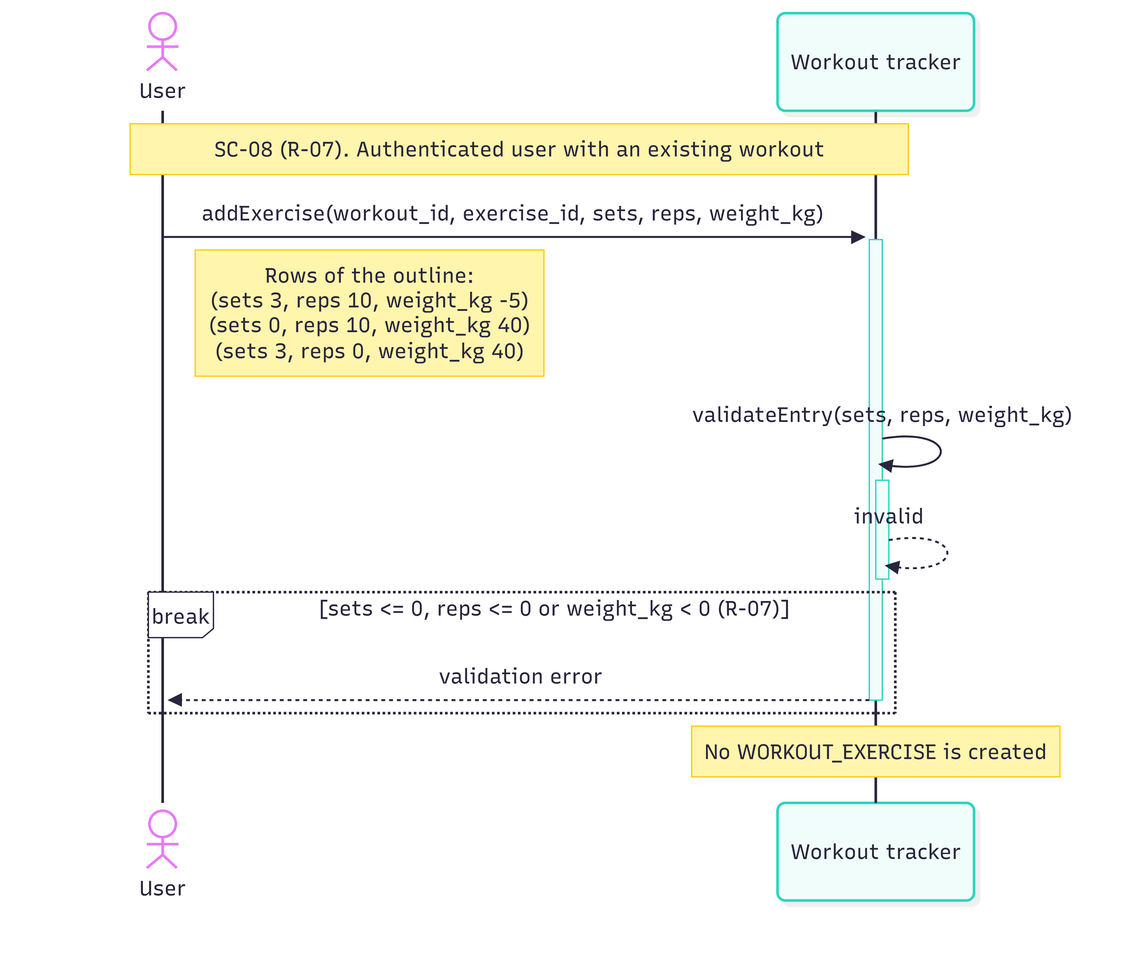
Before: task-3/sequence-diagram-sc-08.png, a diagram exported from Mermaid (setlors/kpi-2). Its source is kept beside it as task-3/sequence-diagram-sc-08.mmd.
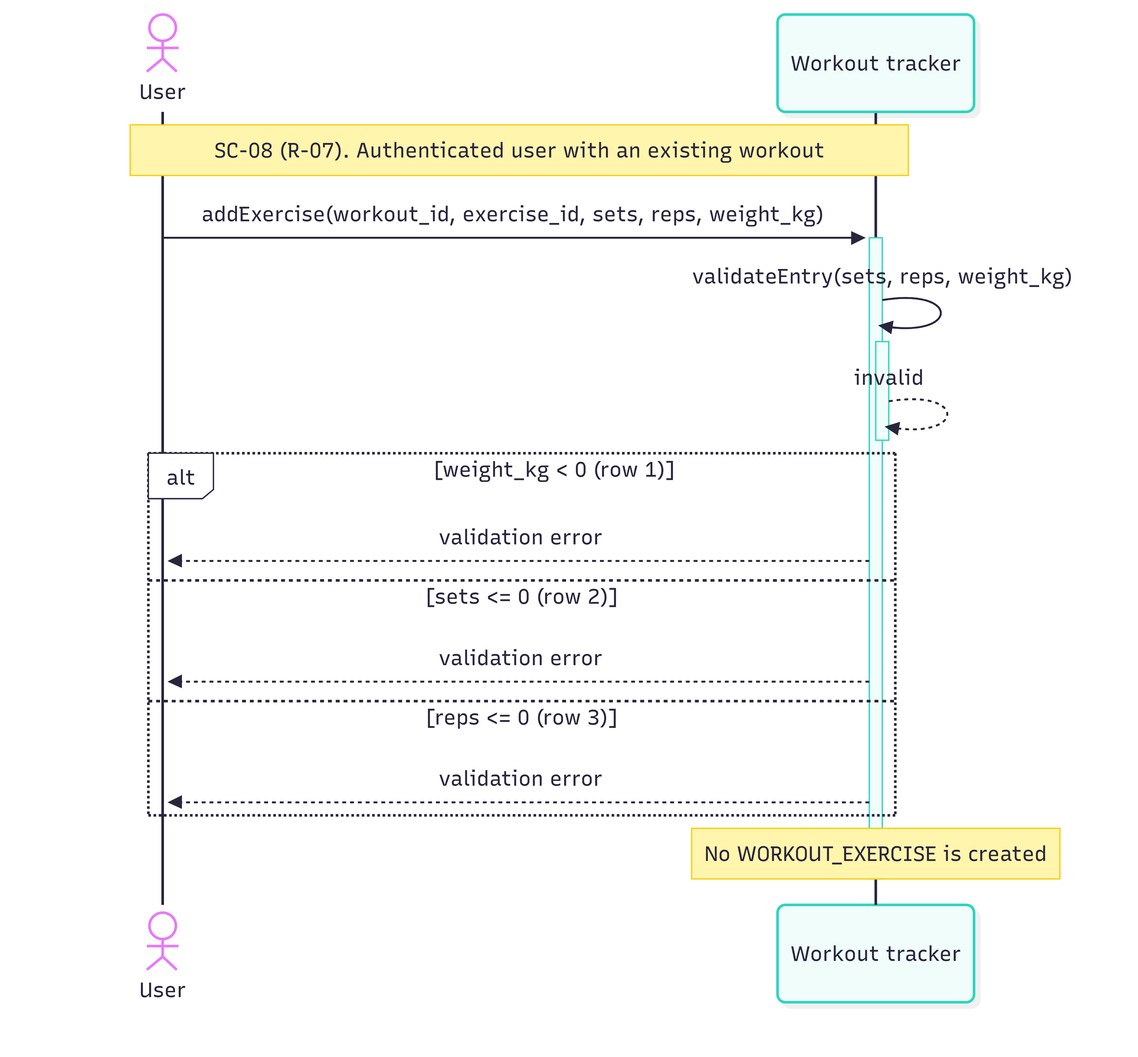
Later version of the same file.

The edit, as a diff of the source:
```diff
@@ -4,10 +4,14 @@
 
     Note over U,T: SC-08 (R-07). Authenticated user with an existing workout
     U->>+T: addExercise(workout_id, exercise_id, sets, reps, weight_kg)
-    Note right of U: Rows of the outline:<br/>(sets 3, reps 10, weight_kg -5)<br/>(sets 0, reps 10, weight_kg 40)<br/>(sets 3, reps 0, weight_kg 40)
     T->>+T: validateEntry(sets, reps, weight_kg)
     T-->>-T: invalid
-    break sets <= 0, reps <= 0 or weight_kg < 0 (R-07)
-        T-->>-U: validation error
+    alt weight_kg < 0 (row 1)
+        T-->>U: validation error
+    else sets <= 0 (row 2)
+        T-->>U: validation error
+    else reps <= 0 (row 3)
+        T-->>U: validation error
     end
     Note over T: No WORKOUT_EXERCISE is created
+    deactivate T
```
